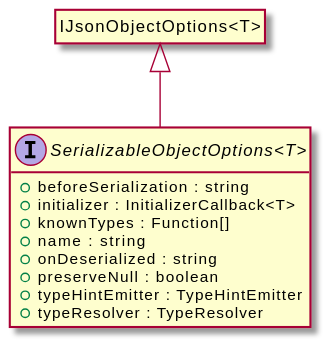
Earlier version of the PlantUML export assets/SerializableObjectOptions-umlClassDiagram-4405.svg (OpenHPS/openhps-core). Its diagram source:
```plantuml
@startuml
skinparam BackgroundColor transparent
hide empty methods
hide empty fields
interface "SerializableObjectOptions<T>" {
    +beforeSerialization : string
    +initializer : InitializerCallback<T>
    +knownTypes : Function[]
    +name : string
    +onDeserialized : string
    +preserveNull : boolean
    +typeHintEmitter : TypeHintEmitter
    +typeResolver : TypeResolver
}
class "IJsonObjectOptions<T>"
hide "IJsonObjectOptions<T>" circle
"IJsonObjectOptions<T>" <|-- "SerializableObjectOptions<T>"
@enduml
```
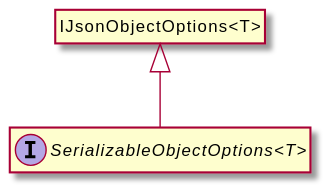
After the change.

The edit, as a diff of the source:
```diff
@@ -3,14 +3,6 @@
 hide empty methods
 hide empty fields
 interface "SerializableObjectOptions<T>" {
-    +beforeSerialization : string
-    +initializer : InitializerCallback<T>
-    +knownTypes : Function[]
-    +name : string
-    +onDeserialized : string
-    +preserveNull : boolean
-    +typeHintEmitter : TypeHintEmitter
-    +typeResolver : TypeResolver
 }
 class "IJsonObjectOptions<T>"
 hide "IJsonObjectOptions<T>" circle
```
